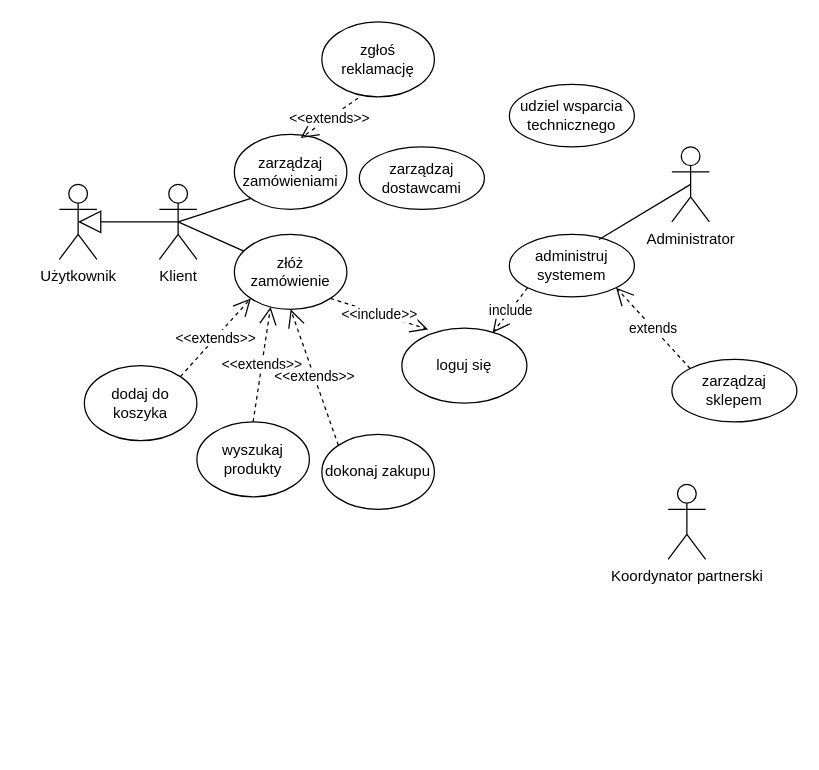
The draw.io diagram DPU-przypadki/Diagram bez tytułu.drawio in Tarik-Alaiwi-dev/psi, before the edit. Source tidied: cells renumbered, new cells numbered last; positions are measured from the earlier drawing's top-left corner, leaving out a move shared by most shapes. Both pictures are drawn from the tidied source at 125%, with x=0, y=0 at pixel (59, 21).
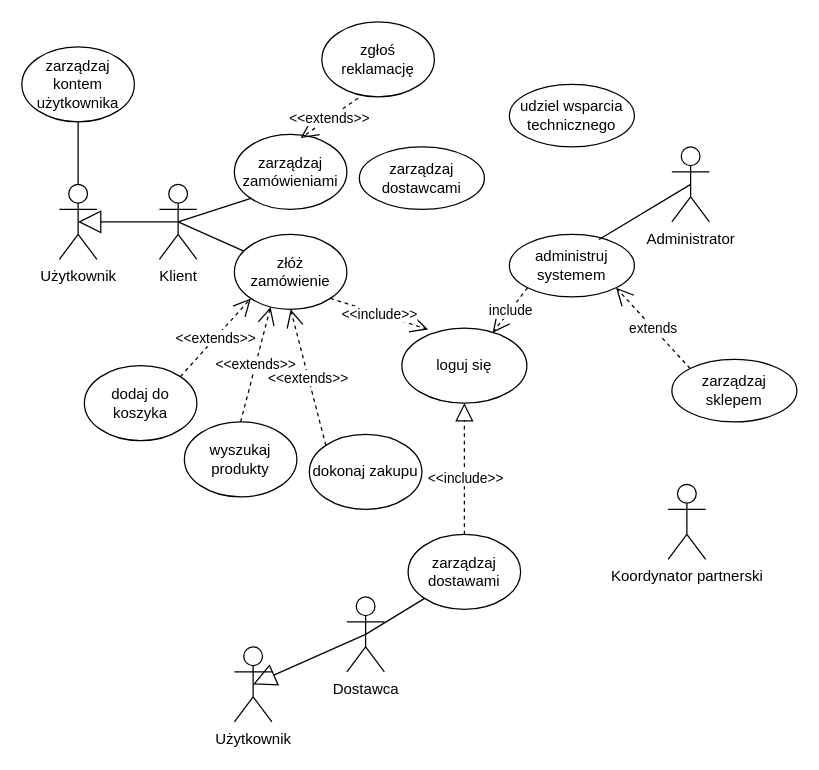
Above is the later version.

The change refers to these unchanged cells:
```xml
<mxCell id="2" value="loguj się" style="ellipse;whiteSpace=wrap;html=1;" parent="1" vertex="1">
  <mxGeometry x="274" y="245" width="100" height="60" as="geometry" />
</mxCell>
<mxCell id="26" value="Użytkownik" style="shape=umlActor;verticalLabelPosition=bottom;verticalAlign=top;html=1;" parent="1" vertex="1">
  <mxGeometry y="130" width="30" height="60" as="geometry" />
</mxCell>
```

Diff of the diagram source:
```diff
@@
     <mxCell id="16" value="wyszukaj produkty" style="ellipse;whiteSpace=wrap;html=1;" parent="1" vertex="1">
-      <mxGeometry x="110" y="320" width="90" height="60" as="geometry" />
+      <mxGeometry x="100" y="320" width="90" height="60" as="geometry" />
     </mxCell>
@@
     <mxCell id="20" value="dokonaj zakupu" style="ellipse;whiteSpace=wrap;html=1;" parent="1" vertex="1">
-      <mxGeometry x="210" y="330" width="90" height="60" as="geometry" />
+      <mxGeometry x="200" y="330" width="90" height="60" as="geometry" />
     </mxCell>
@@
+    <mxCell id="28" value="zarządzaj kontem użytkownika" style="ellipse;whiteSpace=wrap;html=1;" parent="1" vertex="1">
+      <mxGeometry x="-30" y="20" width="90" height="60" as="geometry" />
+    </mxCell>
+    <mxCell id="29" style="endArrow=none;html=1;rounded=0;entryX=0.5;entryY=1;entryDx=0;entryDy=0;exitX=0.5;exitY=0;exitDx=0;exitDy=0;exitPerimeter=0;" parent="1" edge="1" source="26" target="28">
+      <mxGeometry relative="1" as="geometry" />
+    </mxCell>
+    <mxCell id="30" value="Dostawca" style="shape=umlActor;verticalLabelPosition=bottom;verticalAlign=top;html=1;outlineConnect=0;" parent="1" vertex="1">
+      <mxGeometry x="230" y="460" width="30" height="60" as="geometry" />
+    </mxCell>
+    <mxCell id="31" value="zarządzaj dostawami" style="ellipse;whiteSpace=wrap;html=1;" parent="1" vertex="1">
+      <mxGeometry x="279" y="410" width="90" height="60" as="geometry" />
+    </mxCell>
+    <mxCell id="32" style="endArrow=none;html=1;rounded=0;exitX=0.5;exitY=0.5;exitDx=0;exitDy=0;exitPerimeter=0;entryX=0;entryY=1;entryDx=0;entryDy=0;" parent="1" edge="1" source="30" target="31">
+      <mxGeometry relative="1" as="geometry" />
+    </mxCell>
+    <mxCell id="33" style="endArrow=block;dashed=1;endFill=0;endSize=12;html=1;rounded=0;exitX=0.5;exitY=0;exitDx=0;exitDy=0;entryX=0.5;entryY=1;entryDx=0;entryDy=0;" parent="1" edge="1" source="31" target="2">
+      <mxGeometry relative="1" as="geometry" />
+    </mxCell>
+    <mxCell id="34" value="&amp;lt;&amp;lt;include&amp;gt;&amp;gt;" style="edgeLabel;html=1;align=center;verticalAlign=middle;" parent="33" vertex="1">
+      <mxGeometry x="-0.12" relative="1" as="geometry" />
+    </mxCell>
+    <mxCell id="35" value="Użytkownik" style="shape=umlActor;verticalLabelPosition=bottom;verticalAlign=top;html=1;" parent="1" vertex="1">
+      <mxGeometry x="140" y="500" width="30" height="60" as="geometry" />
+    </mxCell>
+    <mxCell id="36" style="endArrow=block;endSize=16;endFill=0;html=1;rounded=0;exitX=0.5;exitY=0.5;exitDx=0;exitDy=0;exitPerimeter=0;entryX=0.5;entryY=0.5;entryDx=0;entryDy=0;entryPerimeter=0;" parent="1" edge="1" source="30" target="35">
+      <mxGeometry relative="1" as="geometry" />
+    </mxCell>
```
